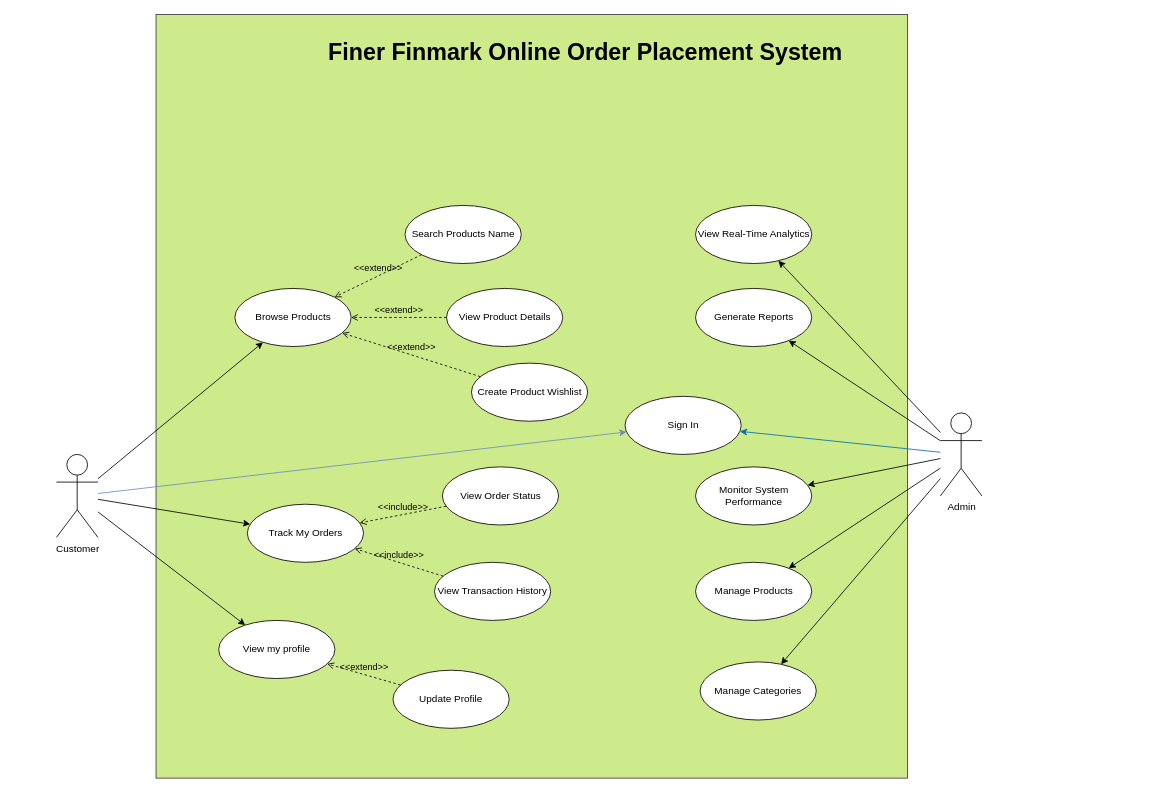
Above: page "Page-2" (2 of 4) of finer_finmark_use_case.drawio in mmdc-j-abejo/draw (draw.io), before the change. Source tidied: cells renumbered, new cells numbered last; positions are measured from the earlier drawing's top-left corner, leaving out a move shared by most shapes. Both pictures are drawn from the tidied source at 83%, with x=0, y=0 at pixel (14, 14).
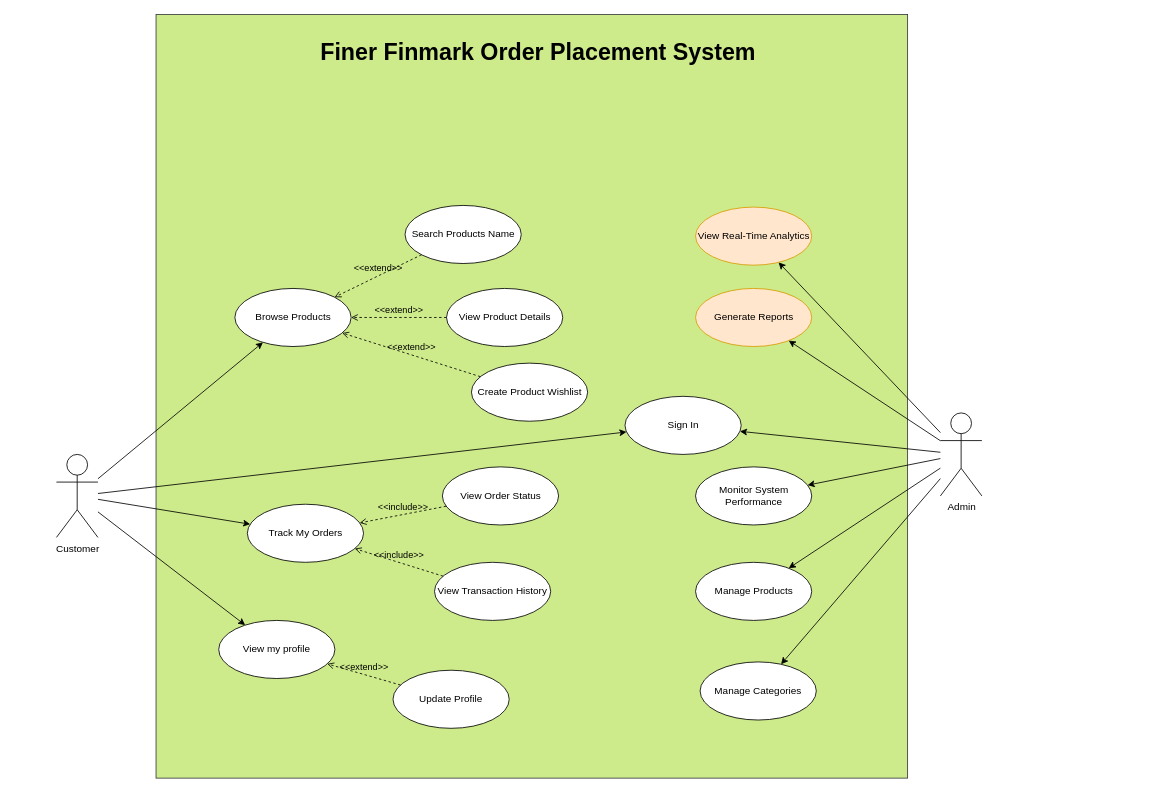
The same diagram, later.

Unchanged cells that the change refers to:
```xml
<mxCell id="9" value="Admin" style="shape=umlActor;verticalLabelPosition=bottom;verticalAlign=top;html=1;outlineConnect=0;" parent="1" vertex="1">
  <mxGeometry x="1115.5" y="480" width="50" height="100" as="geometry" />
</mxCell>
<mxCell id="14" value="Customer" style="shape=umlActor;verticalLabelPosition=bottom;verticalAlign=top;html=1;" parent="1" vertex="1">
  <mxGeometry x="50.5" y="530" width="50" height="100" as="geometry" />
</mxCell>
<mxCell id="19" value="Sign In" style="ellipse;whiteSpace=wrap;html=1;" parent="1" vertex="1">
  <mxGeometry x="735.5" y="460" width="140" height="70" as="geometry" />
</mxCell>
```

Change to the diagram source:
```diff
@@
-    <mxCell id="3" value="&lt;font style=&quot;font-size: 28px;&quot;&gt;&lt;b style=&quot;font-size: 28px;&quot;&gt;Finer Finmark&amp;nbsp;&lt;/b&gt;&lt;b&gt;Online&amp;nbsp;&lt;/b&gt;&lt;b style=&quot;font-size: 28px;&quot;&gt;Order Placement System&lt;/b&gt;&lt;/font&gt;" style="text;html=1;strokeColor=none;fillColor=none;align=center;verticalAlign=middle;whiteSpace=wrap;rounded=0;fontSize=28;" parent="1" vertex="1">
-      <mxGeometry y="30" width="1376" height="30" as="geometry" />
+    <mxCell id="3" value="&lt;font style=&quot;font-size: 28px;&quot;&gt;&lt;b style=&quot;font-size: 28px;&quot;&gt;Finer Finmark&amp;nbsp;&lt;/b&gt;&lt;b style=&quot;font-size: 28px;&quot;&gt;Order Placement System&lt;/b&gt;&lt;/font&gt;" style="text;html=1;strokeColor=none;fillColor=none;align=center;verticalAlign=middle;whiteSpace=wrap;rounded=0;fontSize=28;" parent="1" vertex="1">
+      <mxGeometry x="186" y="30" width="890" height="30" as="geometry" />
     </mxCell>
@@
-    <mxCell id="5" style="rounded=0;jettySize=auto;html=1;fillColor=#1ba1e2;strokeColor=light-dark(#006EAF,#E7E7E7);" parent="1" edge="1" source="9" target="19">
-      <mxGeometry relative="1" as="geometry" />
-    </mxCell>
@@
-    <mxCell id="10" style="rounded=0;jettySize=auto;html=1;fillColor=#dae8fc;strokeColor=light-dark(#6C8EBF,#9697A3);" parent="1" edge="1" source="14" target="19">
-      <mxGeometry relative="1" as="geometry" />
-    </mxCell>
@@
-    <mxCell id="17" value="Generate Reports" style="ellipse;whiteSpace=wrap;html=1;" parent="1" vertex="1">
+    <mxCell id="17" value="Generate Reports" style="ellipse;whiteSpace=wrap;html=1;fillColor=#ffe6cc;strokeColor=#d79b00;" parent="1" vertex="1">
       <mxGeometry x="820.5" y="330" width="140" height="70" as="geometry" />
     </mxCell>
@@
-    <mxCell id="21" value="View Real-Time Analytics" style="ellipse;whiteSpace=wrap;html=1;" parent="1" vertex="1">
-      <mxGeometry x="820.5" y="230" width="140" height="70" as="geometry" />
+    <mxCell id="21" value="View Real-Time Analytics" style="ellipse;whiteSpace=wrap;html=1;fillColor=#ffe6cc;strokeColor=#d79b00;" parent="1" vertex="1">
+      <mxGeometry x="820.5" y="232" width="140" height="70" as="geometry" />
     </mxCell>
@@
+    <mxCell id="10" style="rounded=0;jettySize=auto;html=1;" parent="1" edge="1" source="14" target="19">
+      <mxGeometry relative="1" as="geometry" />
+    </mxCell>
+    <mxCell id="5" style="rounded=0;jettySize=auto;html=1;" parent="1" edge="1" source="9" target="19">
+      <mxGeometry relative="1" as="geometry" />
+    </mxCell>
```
